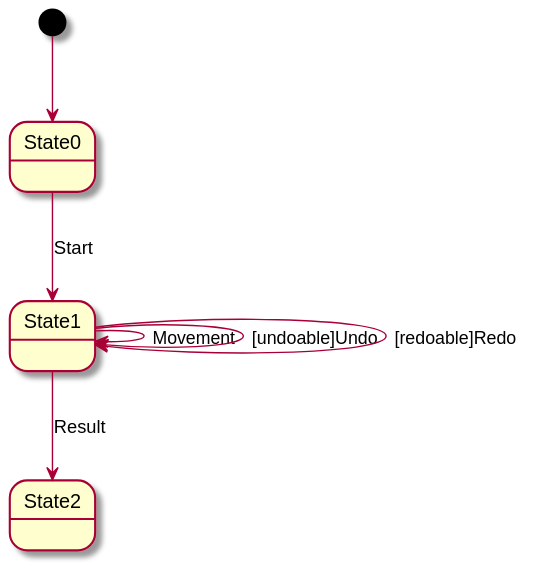
Earlier version of the PlantUML export build/docs/asciidoc/images/diagramaContexto.svg (x-USantaTecla-game-ticTacToe/requirements).
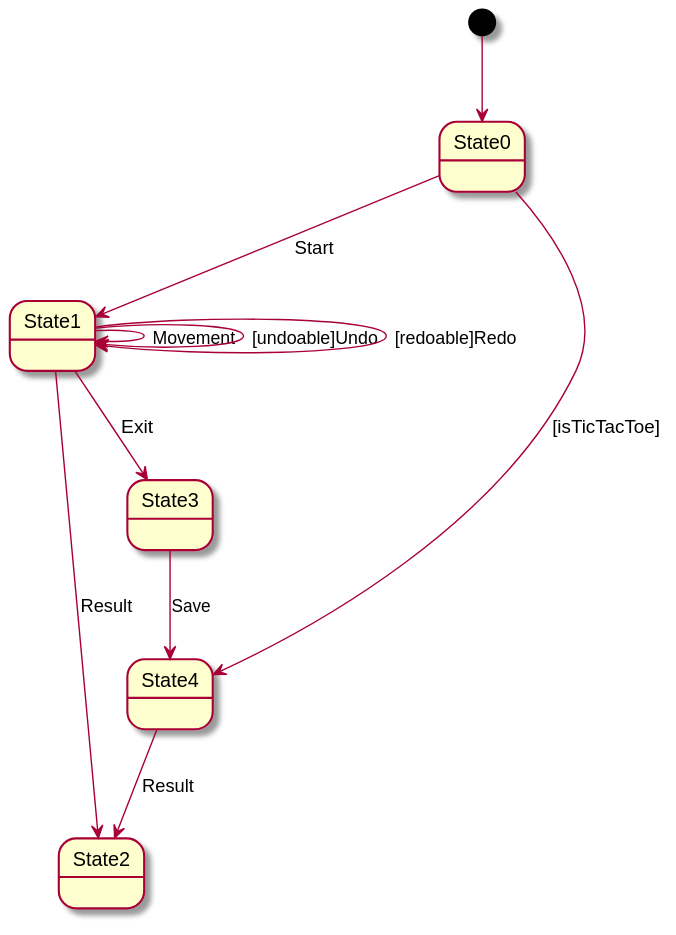
The same file after the commit.

The edit, as a diff of the source:
```diff
@@ -5,5 +5,9 @@
 State1 --> State1 : Movement
 State1 --> State1 : [undoable]Undo
 State1 --> State1 : [redoable]Redo
+State1 --> State3 : Exit
+State3 --> State4 : Save
+State0 --> State4 : [isTicTacToe]
 State1 --> State2 : Result
+State4 --> State2 : Result
 @enduml
```
